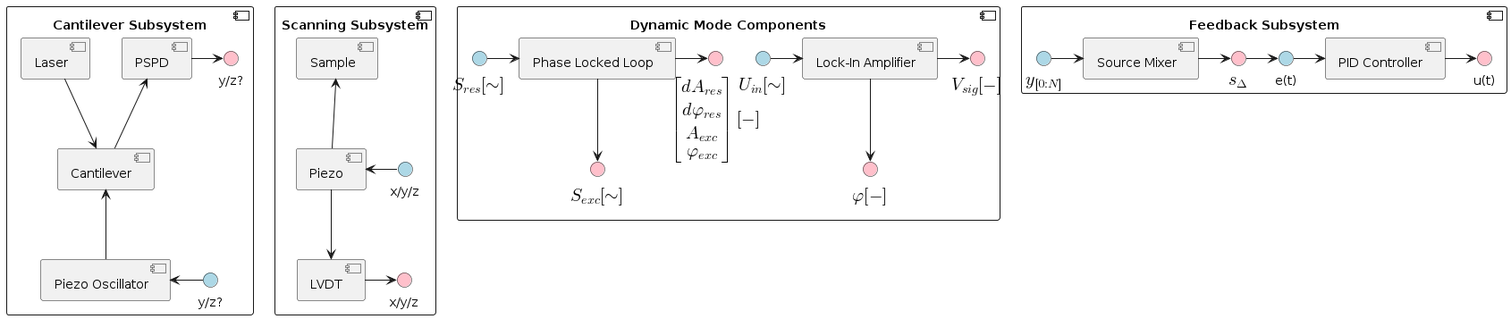
This is afm_spm_components/images/afm_components.png from nsulmol/documentation, a PlantUML export, as it was before one commit.
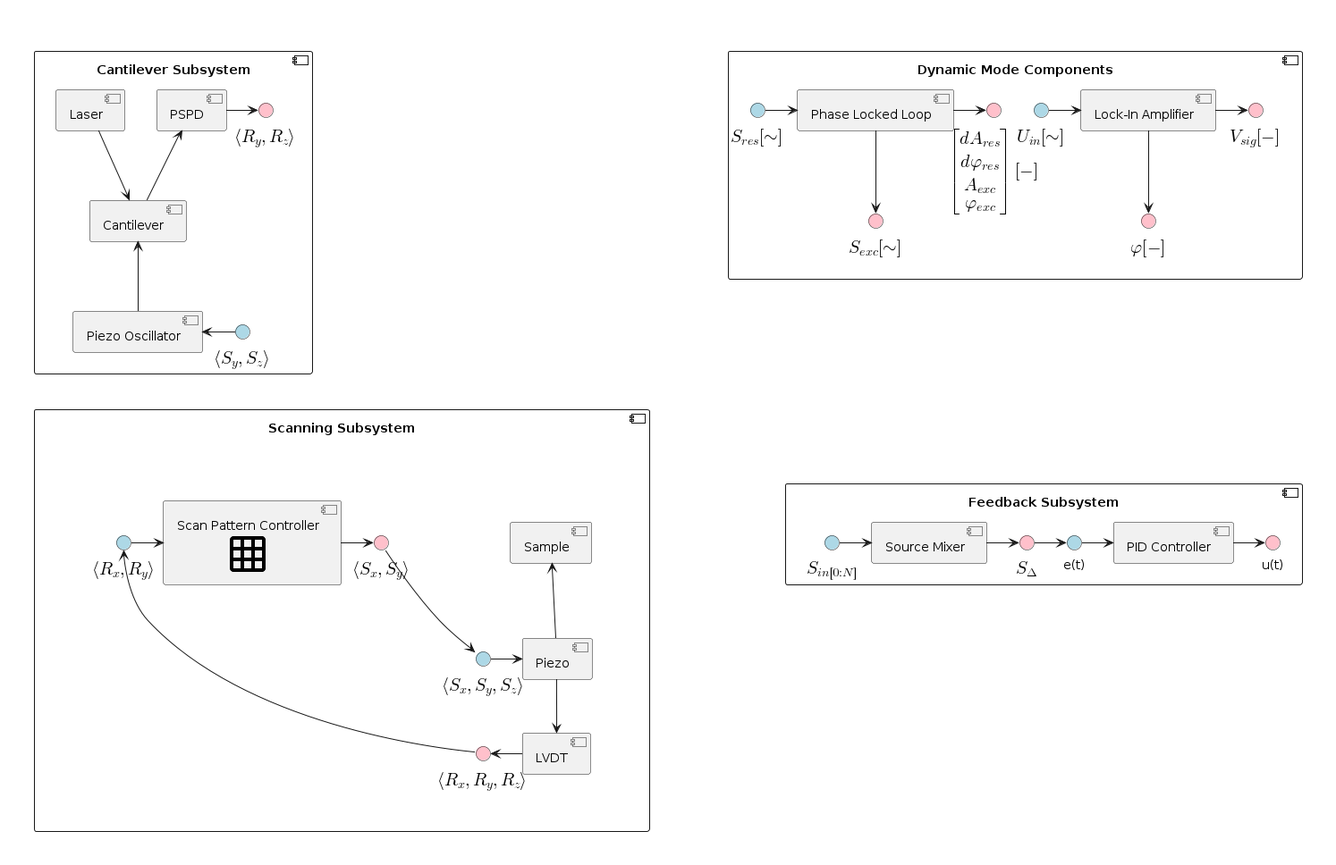
The same file after the commit.

What changed in the source:
```diff
@@ -1,18 +1,25 @@
 @startuml
 !include style.puml
 
-!includesub cantilever_subsystem.puml!component
-!includesub scanning_subsystem.puml!component
+package " " <<layout>> as afm_hardware {
+  !includesub cantilever_subsystem.puml!component
+  !includesub scanning_subsystem.puml!component
 
-component "Dynamic Mode Components" as dynamic_mode_components {
-  !includesub lockin_simple.puml!component
-  !includesub pll_simple.puml!component
-}
-component "Feedback Subsystem" as feedback_subsystem {
-  !includesub source_mixer_simple.puml!component
-  !includesub pid_simple.puml!component
-
-  s_del -> e_t
+  cantilever_subsystem --[hidden]down-- scanning_subsystem
 }
 
+package " " <<layout>> as controller_logic {
+  component "Dynamic Mode Components" as dynamic_mode_components {
+    !includesub lockin_simple.puml!component
+    !includesub pll_simple.puml!component
+  }
+  component "Feedback Subsystem" as feedback_subsystem {
+    !includesub source_mixer_simple.puml!component
+    !includesub pid_simple.puml!component
+
+    s_del -> e_t
+  }
+
+  dynamic_mode_components --[hidden]down-- feedback_subsystem
+}
 @enduml
```
